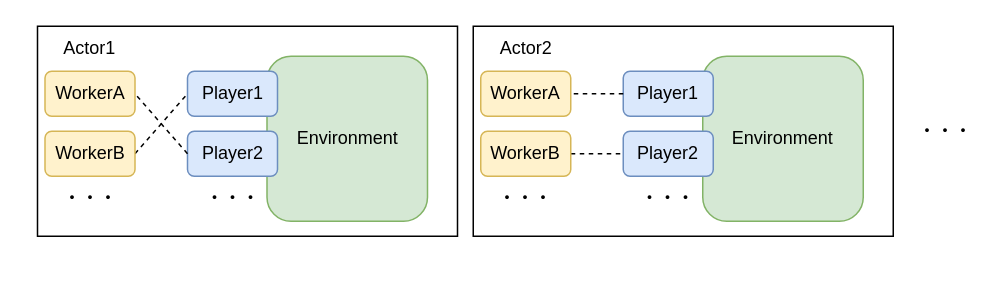
pocokhc/simple_distributed_rl keeps this draw.io diagram as page "multiplay" (3 of 4) of diagrams/overview.drawio. Above is the earlier version. Source tidied: cells renumbered, new cells numbered last; positions are measured from the earlier drawing's top-left corner, leaving out a move shared by most shapes. Both pictures are drawn from the tidied source at 150%, with x=0, y=0 at pixel (26, 26).
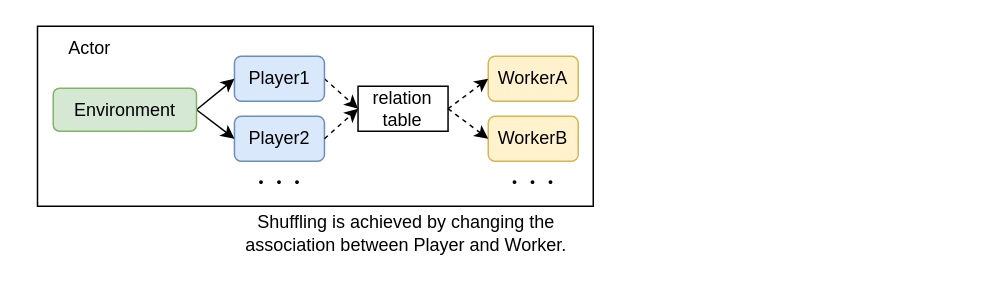
The same diagram, later.

Diff of the diagram source:
```diff
@@
     <mxCell id="2" style="rounded=0;whiteSpace=wrap;html=1;" parent="1" vertex="1">
-      <mxGeometry x="7.5" width="280" height="140" as="geometry" />
+      <mxGeometry x="7.5" width="370.5" height="120" as="geometry" />
     </mxCell>
     <mxCell id="3" value="WorkerA" style="rounded=1;whiteSpace=wrap;html=1;fillColor=#fff2cc;strokeColor=#d6b656;" parent="1" vertex="1">
-      <mxGeometry x="12.5" y="30" width="60" height="30" as="geometry" />
+      <mxGeometry x="308" y="20" width="60" height="30" as="geometry" />
     </mxCell>
-    <mxCell id="4" value="Actor1" style="text;html=1;strokeColor=none;fillColor=none;align=center;verticalAlign=middle;whiteSpace=wrap;rounded=0;" parent="1" vertex="1">
+    <mxCell id="4" value="Actor" style="text;html=1;strokeColor=none;fillColor=none;align=center;verticalAlign=middle;whiteSpace=wrap;rounded=0;" parent="1" vertex="1">
       <mxGeometry width="85" height="30" as="geometry" />
     </mxCell>
-    <mxCell id="5" value="Environment" style="rounded=1;whiteSpace=wrap;html=1;fillColor=#d5e8d4;strokeColor=#82b366;" parent="1" vertex="1">
-      <mxGeometry x="160.5" y="20" width="107" height="110" as="geometry" />
-    </mxCell>
+    <mxCell id="25" style="rounded=0;jettySize=auto;html=1;exitX=1;exitY=0.5;exitDx=0;exitDy=0;entryX=0;entryY=0.5;entryDx=0;entryDy=0;dashed=1;" parent="1" edge="1" source="6" target="30">
+      <mxGeometry relative="1" as="geometry" />
+    </mxCell>
     <mxCell id="6" value="Player1" style="rounded=1;whiteSpace=wrap;html=1;fillColor=#dae8fc;strokeColor=#6c8ebf;" parent="1" vertex="1">
-      <mxGeometry x="107.5" y="30" width="60" height="30" as="geometry" />
+      <mxGeometry x="138.8" y="20" width="60" height="30" as="geometry" />
     </mxCell>
-    <mxCell id="7" style="rounded=0;jettySize=auto;html=1;exitX=1;exitY=0.5;exitDx=0;exitDy=0;entryX=0;entryY=0.5;entryDx=0;entryDy=0;endArrow=none;endFill=0;dashed=1;" parent="1" edge="1" source="8" target="6">
-      <mxGeometry relative="1" as="geometry" />
-    </mxCell>
     <mxCell id="8" value="WorkerB" style="rounded=1;whiteSpace=wrap;html=1;fillColor=#fff2cc;strokeColor=#d6b656;" parent="1" vertex="1">
-      <mxGeometry x="12.5" y="70" width="60" height="30" as="geometry" />
+      <mxGeometry x="308" y="60" width="60" height="30" as="geometry" />
     </mxCell>
     <mxCell id="9" value="Player2" style="rounded=1;whiteSpace=wrap;html=1;fillColor=#dae8fc;strokeColor=#6c8ebf;" parent="1" vertex="1">
-      <mxGeometry x="107.5" y="70" width="60" height="30" as="geometry" />
+      <mxGeometry x="138.8" y="60" width="60" height="30" as="geometry" />
     </mxCell>
     <mxCell id="10" value="・・・" style="text;html=1;strokeColor=none;fillColor=none;align=center;verticalAlign=middle;whiteSpace=wrap;rounded=0;" parent="1" vertex="1">
-      <mxGeometry x="112.5" y="100" width="50" height="30" as="geometry" />
+      <mxGeometry x="313" y="90" width="50" height="30" as="geometry" />
     </mxCell>
     <mxCell id="11" value="・・・" style="text;html=1;strokeColor=none;fillColor=none;align=center;verticalAlign=middle;whiteSpace=wrap;rounded=0;" parent="1" vertex="1">
-      <mxGeometry x="17.5" y="100" width="50" height="30" as="geometry" />
+      <mxGeometry x="143.8" y="90" width="50" height="30" as="geometry" />
     </mxCell>
-    <mxCell id="12" style="rounded=0;jettySize=auto;html=1;exitX=0;exitY=0.5;exitDx=0;exitDy=0;entryX=1;entryY=0.5;entryDx=0;entryDy=0;endArrow=none;endFill=0;dashed=1;" parent="1" edge="1" source="9" target="3">
-      <mxGeometry relative="1" as="geometry" />
-    </mxCell>
-    <mxCell id="13" style="rounded=0;whiteSpace=wrap;html=1;" parent="1" vertex="1">
-      <mxGeometry x="298" width="280" height="140" as="geometry" />
-    </mxCell>
-    <mxCell id="14" value="WorkerA" style="rounded=1;whiteSpace=wrap;html=1;fillColor=#fff2cc;strokeColor=#d6b656;" parent="1" vertex="1">
-      <mxGeometry x="303" y="30" width="60" height="30" as="geometry" />
-    </mxCell>
-    <mxCell id="15" value="Actor2" style="text;html=1;strokeColor=none;fillColor=none;align=center;verticalAlign=middle;whiteSpace=wrap;rounded=0;" parent="1" vertex="1">
-      <mxGeometry x="290.5" width="85" height="30" as="geometry" />
-    </mxCell>
-    <mxCell id="16" value="Environment" style="rounded=1;whiteSpace=wrap;html=1;fillColor=#d5e8d4;strokeColor=#82b366;" parent="1" vertex="1">
-      <mxGeometry x="451" y="20" width="107" height="110" as="geometry" />
-    </mxCell>
-    <mxCell id="17" value="Player1" style="rounded=1;whiteSpace=wrap;html=1;fillColor=#dae8fc;strokeColor=#6c8ebf;" parent="1" vertex="1">
-      <mxGeometry x="398" y="30" width="60" height="30" as="geometry" />
-    </mxCell>
-    <mxCell id="18" style="rounded=0;jettySize=auto;html=1;exitX=1;exitY=0.5;exitDx=0;exitDy=0;entryX=0;entryY=0.5;entryDx=0;entryDy=0;endArrow=none;endFill=0;dashed=1;" parent="1" edge="1" source="19" target="20">
-      <mxGeometry relative="1" as="geometry" />
-    </mxCell>
-    <mxCell id="19" value="WorkerB" style="rounded=1;whiteSpace=wrap;html=1;fillColor=#fff2cc;strokeColor=#d6b656;" parent="1" vertex="1">
-      <mxGeometry x="303" y="70" width="60" height="30" as="geometry" />
-    </mxCell>
-    <mxCell id="20" value="Player2" style="rounded=1;whiteSpace=wrap;html=1;fillColor=#dae8fc;strokeColor=#6c8ebf;" parent="1" vertex="1">
-      <mxGeometry x="398" y="70" width="60" height="30" as="geometry" />
-    </mxCell>
-    <mxCell id="21" value="・・・" style="text;html=1;strokeColor=none;fillColor=none;align=center;verticalAlign=middle;whiteSpace=wrap;rounded=0;" parent="1" vertex="1">
-      <mxGeometry x="403" y="100" width="50" height="30" as="geometry" />
-    </mxCell>
-    <mxCell id="22" value="・・・" style="text;html=1;strokeColor=none;fillColor=none;align=center;verticalAlign=middle;whiteSpace=wrap;rounded=0;" parent="1" vertex="1">
-      <mxGeometry x="308" y="100" width="50" height="30" as="geometry" />
-    </mxCell>
-    <mxCell id="23" style="rounded=0;jettySize=auto;html=1;exitX=0;exitY=0.5;exitDx=0;exitDy=0;entryX=1;entryY=0.5;entryDx=0;entryDy=0;endArrow=none;endFill=0;dashed=1;" parent="1" edge="1" source="17" target="14">
-      <mxGeometry relative="1" as="geometry" />
-    </mxCell>
-    <mxCell id="24" value="・・・" style="text;html=1;strokeColor=none;fillColor=none;align=center;verticalAlign=middle;whiteSpace=wrap;rounded=0;" parent="1" vertex="1">
-      <mxGeometry x="588" y="55" width="50" height="30" as="geometry" />
-    </mxCell>
+    <mxCell id="26" style="rounded=0;jettySize=auto;html=1;exitX=1;exitY=0.5;exitDx=0;exitDy=0;entryX=0;entryY=0.5;entryDx=0;entryDy=0;" parent="1" edge="1" source="28" target="6">
+      <mxGeometry relative="1" as="geometry" />
+    </mxCell>
+    <mxCell id="27" style="rounded=0;jettySize=auto;html=1;exitX=1;exitY=0.5;exitDx=0;exitDy=0;entryX=0;entryY=0.5;entryDx=0;entryDy=0;" parent="1" edge="1" source="28" target="9">
+      <mxGeometry relative="1" as="geometry" />
+    </mxCell>
+    <mxCell id="28" value="Environment" style="rounded=1;whiteSpace=wrap;html=1;fillColor=#d5e8d4;strokeColor=#82b366;" parent="1" vertex="1">
+      <mxGeometry x="18" y="41.3" width="95.5" height="28.7" as="geometry" />
+    </mxCell>
+    <mxCell id="29" value="Shuffling is achieved by changing the association between Player and Worker." style="text;html=1;strokeColor=none;fillColor=none;align=center;verticalAlign=middle;whiteSpace=wrap;rounded=0;" parent="1" vertex="1">
+      <mxGeometry x="138.8" y="110" width="229.2" height="55" as="geometry" />
+    </mxCell>
+    <mxCell id="30" value="relation&lt;br&gt;table" style="rounded=0;whiteSpace=wrap;html=1;" parent="1" vertex="1">
+      <mxGeometry x="221.2" y="40" width="60" height="30" as="geometry" />
+    </mxCell>
+    <mxCell id="31" style="rounded=0;jettySize=auto;html=1;exitX=1;exitY=0.5;exitDx=0;exitDy=0;entryX=0;entryY=0.5;entryDx=0;entryDy=0;dashed=1;" parent="1" edge="1" source="9" target="30">
+      <mxGeometry relative="1" as="geometry" />
+    </mxCell>
+    <mxCell id="32" style="rounded=0;jettySize=auto;html=1;exitX=1;exitY=0.5;exitDx=0;exitDy=0;entryX=0;entryY=0.5;entryDx=0;entryDy=0;dashed=1;" parent="1" edge="1" source="30" target="3">
+      <mxGeometry relative="1" as="geometry" />
+    </mxCell>
+    <mxCell id="33" style="rounded=0;jettySize=auto;html=1;exitX=1;exitY=0.5;exitDx=0;exitDy=0;entryX=0;entryY=0.5;entryDx=0;entryDy=0;dashed=1;" parent="1" edge="1" source="30" target="8">
+      <mxGeometry relative="1" as="geometry" />
+    </mxCell>
```
